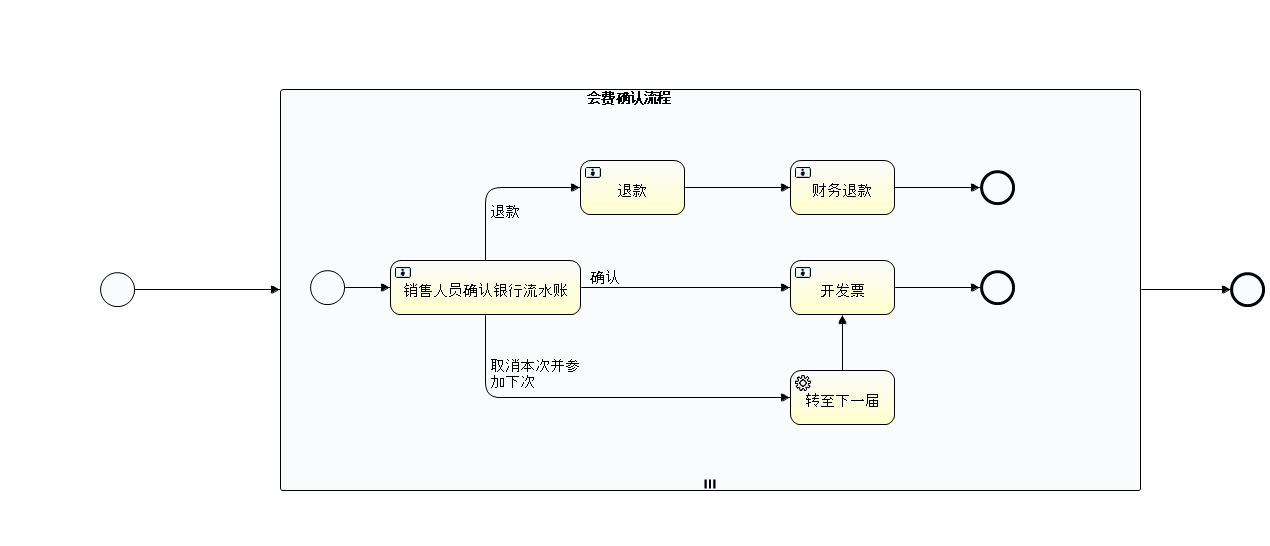
Earlier version of the BPMN export server/src/main/resources/workflow/MeetingRegist.png (glorydom/ApiTemplate). Its source is kept beside it as server/src/main/resources/workflow/MeetingRegist.bpmn. Ids are renumbered.
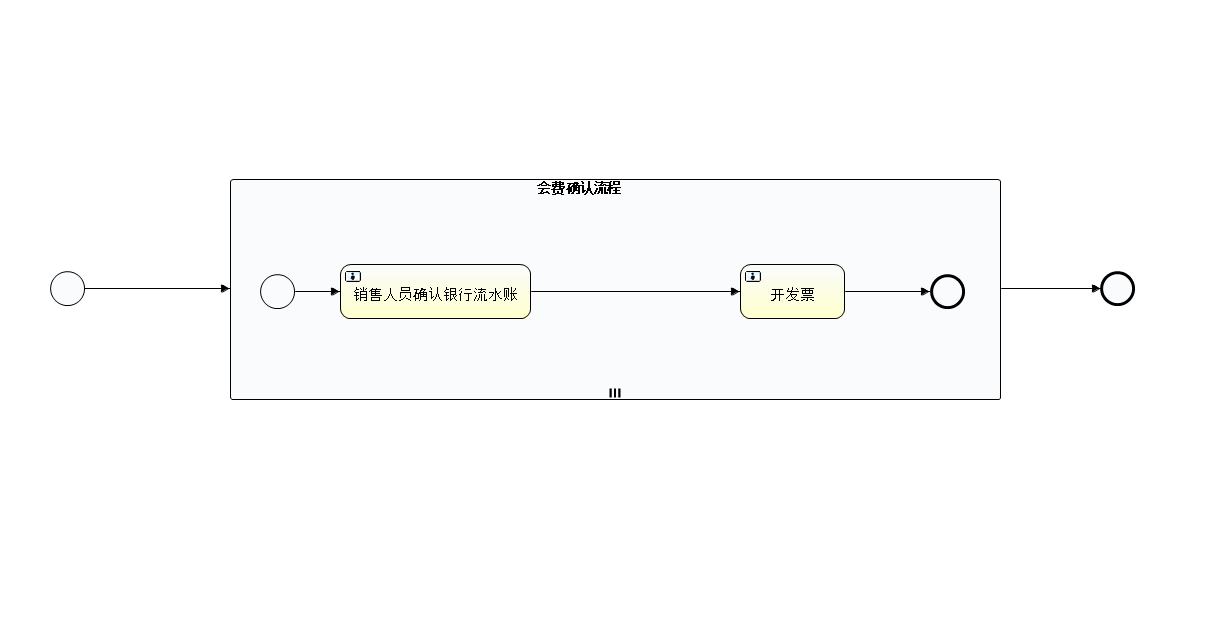
Later version of the same file.

What changed in the source:
```diff
@@ -15,16 +15,7 @@
       </userTask>
       <endEvent id="endevent1" name="End"></endEvent>
       <sequenceFlow id="flow4" sourceRef="usertask22" targetRef="endevent1"></sequenceFlow>
-      <userTask id="usertask24" name="退款"></userTask>
-      <sequenceFlow id="flow13" sourceRef="servicetask1" targetRef="usertask22"></sequenceFlow>
-      <sequenceFlow id="flow14" name="退款" sourceRef="usertask1" targetRef="usertask24"></sequenceFlow>
-      <sequenceFlow id="flow15" name="确认" sourceRef="usertask1" targetRef="usertask22"></sequenceFlow>
-      <sequenceFlow id="flow16" name="取消本次并参加下次" sourceRef="usertask1" targetRef="servicetask1"></sequenceFlow>
-      <serviceTask id="servicetask1" name="转至下一届"></serviceTask>
-      <userTask id="usertask25" name="财务退款"></userTask>
-      <sequenceFlow id="flow17" sourceRef="usertask24" targetRef="usertask25"></sequenceFlow>
-      <endEvent id="endevent3" name="End"></endEvent>
-      <sequenceFlow id="flow18" sourceRef="usertask25" targetRef="endevent3"></sequenceFlow>
+      <sequenceFlow id="flow6" sourceRef="usertask1" targetRef="usertask22"></sequenceFlow>
     </subProcess>
     <sequenceFlow id="flow1" sourceRef="startevent1" targetRef="meetingFeeConfirmationSubProcess"></sequenceFlow>
     <endEvent id="endevent2" name="End"></endEvent>
@@ -33,88 +24,45 @@
   <bpmndi:BPMNDiagram id="BPMNDiagram_MeetingRegist">
     <bpmndi:BPMNPlane bpmnElement="MeetingRegist" id="BPMNPlane_MeetingRegist">
       <bpmndi:BPMNShape bpmnElement="startevent1" id="BPMNShape_startevent1">
-        <omgdc:Bounds height="35.0" width="35.0" x="100.0" y="272.0"></omgdc:Bounds>
+        <omgdc:Bounds height="35.0" width="35.0" x="50.0" y="271.0"></omgdc:Bounds>
       </bpmndi:BPMNShape>
       <bpmndi:BPMNShape bpmnElement="meetingFeeConfirmationSubProcess" id="BPMNShape_meetingFeeConfirmationSubProcess">
-        <omgdc:Bounds height="402.0" width="861.0" x="280.0" y="89.0"></omgdc:Bounds>
+        <omgdc:Bounds height="221.0" width="771.0" x="230.0" y="179.0"></omgdc:Bounds>
       </bpmndi:BPMNShape>
       <bpmndi:BPMNShape bpmnElement="startevent2" id="BPMNShape_startevent2">
-        <omgdc:Bounds height="35.0" width="35.0" x="310.0" y="270.0"></omgdc:Bounds>
+        <omgdc:Bounds height="35.0" width="35.0" x="260.0" y="274.0"></omgdc:Bounds>
       </bpmndi:BPMNShape>
       <bpmndi:BPMNShape bpmnElement="usertask1" id="BPMNShape_usertask1">
-        <omgdc:Bounds height="55.0" width="191.0" x="390.0" y="260.0"></omgdc:Bounds>
+        <omgdc:Bounds height="55.0" width="191.0" x="340.0" y="264.0"></omgdc:Bounds>
       </bpmndi:BPMNShape>
       <bpmndi:BPMNShape bpmnElement="usertask22" id="BPMNShape_usertask22">
-        <omgdc:Bounds height="55.0" width="105.0" x="790.0" y="260.0"></omgdc:Bounds>
+        <omgdc:Bounds height="55.0" width="105.0" x="740.0" y="264.0"></omgdc:Bounds>
       </bpmndi:BPMNShape>
       <bpmndi:BPMNShape bpmnElement="endevent1" id="BPMNShape_endevent1">
-        <omgdc:Bounds height="35.0" width="35.0" x="980.0" y="270.0"></omgdc:Bounds>
-      </bpmndi:BPMNShape>
-      <bpmndi:BPMNShape bpmnElement="usertask24" id="BPMNShape_usertask24">
-        <omgdc:Bounds height="55.0" width="105.0" x="580.0" y="160.0"></omgdc:Bounds>
-      </bpmndi:BPMNShape>
-      <bpmndi:BPMNShape bpmnElement="servicetask1" id="BPMNShape_servicetask1">
-        <omgdc:Bounds height="55.0" width="105.0" x="790.0" y="370.0"></omgdc:Bounds>
-      </bpmndi:BPMNShape>
-      <bpmndi:BPMNShape bpmnElement="usertask25" id="BPMNShape_usertask25">
-        <omgdc:Bounds height="55.0" width="105.0" x="790.0" y="160.0"></omgdc:Bounds>
-      </bpmndi:BPMNShape>
-      <bpmndi:BPMNShape bpmnElement="endevent3" id="BPMNShape_endevent3">
-        <omgdc:Bounds height="35.0" width="35.0" x="980.0" y="170.0"></omgdc:Bounds>
+        <omgdc:Bounds height="35.0" width="35.0" x="930.0" y="274.0"></omgdc:Bounds>
       </bpmndi:BPMNShape>
       <bpmndi:BPMNShape bpmnElement="endevent2" id="BPMNShape_endevent2">
-        <omgdc:Bounds height="35.0" width="35.0" x="1230.0" y="272.0"></omgdc:Bounds>
+        <omgdc:Bounds height="35.0" width="35.0" x="1100.0" y="271.0"></omgdc:Bounds>
       </bpmndi:BPMNShape>
       <bpmndi:BPMNEdge bpmnElement="flow2" id="BPMNEdge_flow2">
-        <omgdi:waypoint x="345.0" y="287.0"></omgdi:waypoint>
-        <omgdi:waypoint x="390.0" y="287.0"></omgdi:waypoint>
+        <omgdi:waypoint x="295.0" y="291.0"></omgdi:waypoint>
+        <omgdi:waypoint x="340.0" y="291.0"></omgdi:waypoint>
       </bpmndi:BPMNEdge>
       <bpmndi:BPMNEdge bpmnElement="flow4" id="BPMNEdge_flow4">
-        <omgdi:waypoint x="895.0" y="287.0"></omgdi:waypoint>
-        <omgdi:waypoint x="980.0" y="287.0"></omgdi:waypoint>
+        <omgdi:waypoint x="845.0" y="291.0"></omgdi:waypoint>
+        <omgdi:waypoint x="930.0" y="291.0"></omgdi:waypoint>
       </bpmndi:BPMNEdge>
-      <bpmndi:BPMNEdge bpmnElement="flow13" id="BPMNEdge_flow13">
-        <omgdi:waypoint x="842.0" y="370.0"></omgdi:waypoint>
-        <omgdi:waypoint x="842.0" y="315.0"></omgdi:waypoint>
-      </bpmndi:BPMNEdge>
-      <bpmndi:BPMNEdge bpmnElement="flow14" id="BPMNEdge_flow14">
-        <omgdi:waypoint x="485.0" y="260.0"></omgdi:waypoint>
-        <omgdi:waypoint x="485.0" y="187.0"></omgdi:waypoint>
-        <omgdi:waypoint x="580.0" y="187.0"></omgdi:waypoint>
-        <bpmndi:BPMNLabel>
-          <omgdc:Bounds height="16.0" width="100.0" x="674.0" y="270.0"></omgdc:Bounds>
-        </bpmndi:BPMNLabel>
-      </bpmndi:BPMNEdge>
-      <bpmndi:BPMNEdge bpmnElement="flow15" id="BPMNEdge_flow15">
-        <omgdi:waypoint x="581.0" y="287.0"></omgdi:waypoint>
-        <omgdi:waypoint x="790.0" y="287.0"></omgdi:waypoint>
-        <bpmndi:BPMNLabel>
-          <omgdc:Bounds height="16.0" width="100.0" x="870.0" y="346.0"></omgdc:Bounds>
-        </bpmndi:BPMNLabel>
-      </bpmndi:BPMNEdge>
-      <bpmndi:BPMNEdge bpmnElement="flow16" id="BPMNEdge_flow16">
-        <omgdi:waypoint x="485.0" y="315.0"></omgdi:waypoint>
-        <omgdi:waypoint x="485.0" y="397.0"></omgdi:waypoint>
-        <omgdi:waypoint x="790.0" y="397.0"></omgdi:waypoint>
-        <bpmndi:BPMNLabel>
-          <omgdc:Bounds height="48.0" width="100.0" x="731.0" y="439.0"></omgdc:Bounds>
-        </bpmndi:BPMNLabel>
-      </bpmndi:BPMNEdge>
-      <bpmndi:BPMNEdge bpmnElement="flow17" id="BPMNEdge_flow17">
-        <omgdi:waypoint x="685.0" y="187.0"></omgdi:waypoint>
-        <omgdi:waypoint x="790.0" y="187.0"></omgdi:waypoint>
-      </bpmndi:BPMNEdge>
-      <bpmndi:BPMNEdge bpmnElement="flow18" id="BPMNEdge_flow18">
-        <omgdi:waypoint x="895.0" y="187.0"></omgdi:waypoint>
-        <omgdi:waypoint x="980.0" y="187.0"></omgdi:waypoint>
+      <bpmndi:BPMNEdge bpmnElement="flow6" id="BPMNEdge_flow6">
+        <omgdi:waypoint x="531.0" y="291.0"></omgdi:waypoint>
+        <omgdi:waypoint x="740.0" y="291.0"></omgdi:waypoint>
       </bpmndi:BPMNEdge>
       <bpmndi:BPMNEdge bpmnElement="flow1" id="BPMNEdge_flow1">
-        <omgdi:waypoint x="135.0" y="289.0"></omgdi:waypoint>
-        <omgdi:waypoint x="280.0" y="290.0"></omgdi:waypoint>
+        <omgdi:waypoint x="85.0" y="288.0"></omgdi:waypoint>
+        <omgdi:waypoint x="230.0" y="289.0"></omgdi:waypoint>
       </bpmndi:BPMNEdge>
       <bpmndi:BPMNEdge bpmnElement="flow5" id="BPMNEdge_flow5">
-        <omgdi:waypoint x="1141.0" y="290.0"></omgdi:waypoint>
-        <omgdi:waypoint x="1230.0" y="289.0"></omgdi:waypoint>
+        <omgdi:waypoint x="1001.0" y="289.0"></omgdi:waypoint>
+        <omgdi:waypoint x="1100.0" y="288.0"></omgdi:waypoint>
       </bpmndi:BPMNEdge>
     </bpmndi:BPMNPlane>
   </bpmndi:BPMNDiagram>
```
